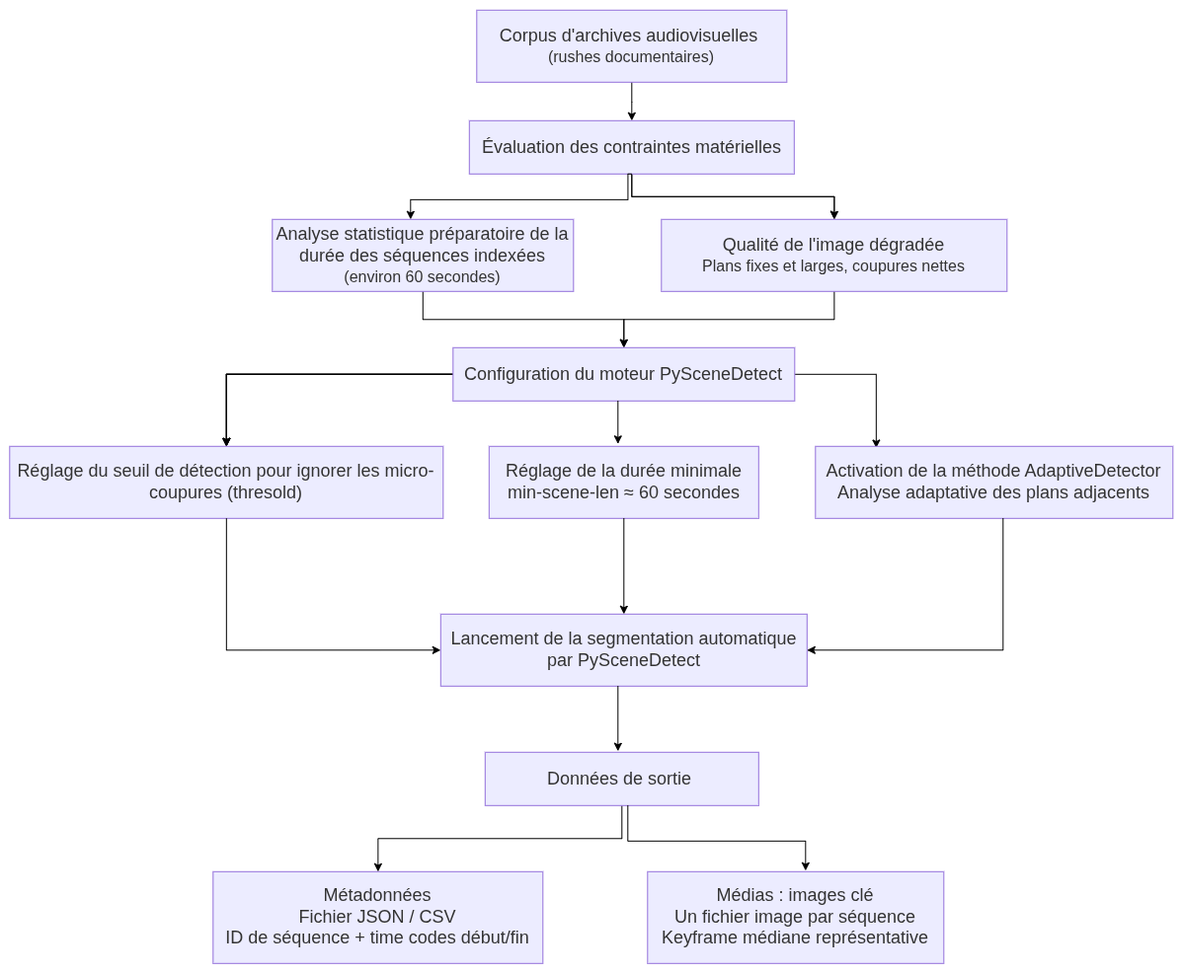
This is images/pyscene.png from longclotilde00-del/memoire_M2TNAH, a draw.io export, as it was before one commit. Source tidied: cells renumbered, new cells last; positions are measured from the earlier drawing's top-left corner, leaving out a move shared by most shapes.
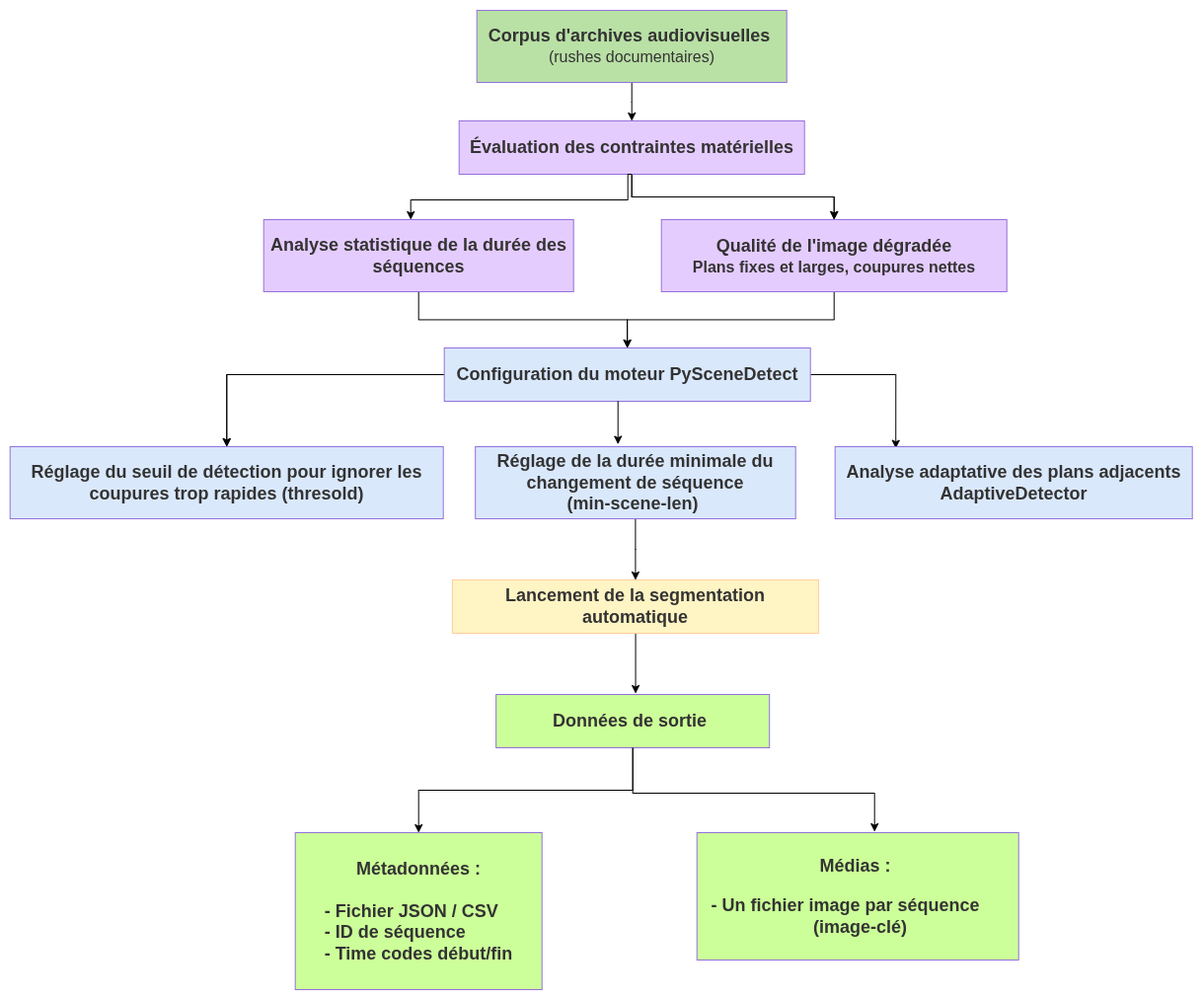
Later version of the same file.

Change to the diagram source:
```diff
@@ -3,33 +3,38 @@
     <mxCell id="0" />
     <mxCell id="1" parent="0" />
     <mxCell id="2" style="group;transparentBounds=1;editIcon=1;lockedGroup=0;groupPadding=10;" parent="1" vertex="1">
-      <mxGeometry x="246" width="774" height="313" as="geometry" />
+      <mxGeometry x="246" width="774" height="1050" as="geometry" />
     </mxCell>
-    <mxCell id="3" style="edgeStyle=orthogonalEdgeStyle;rounded=0;jettySize=auto;html=1;" parent="2" edge="1" source="4" target="9">
+    <mxCell id="3" style="edgeStyle=orthogonalEdgeStyle;rounded=0;jettySize=auto;html=1;fillColor=#000000;" parent="2" edge="1" source="4" target="9">
       <mxGeometry relative="1" as="geometry" />
     </mxCell>
-    <mxCell id="4" value="&lt;font style=&quot;font-size: 18px;&quot;&gt;Corpus d'archives audiovisuelles&amp;nbsp;&lt;/font&gt;&lt;div&gt;&lt;font size=&quot;3&quot;&gt;(rushes documentaires)&lt;/font&gt;&lt;/div&gt;" style="html=1;whiteSpace=wrap;strokeWidth=1;fillColor=light-dark(#ECECFF,#1f2020);strokeColor=light-dark(#9370DB,#cccccc);fontColor=light-dark(#333333,#cccccc);fontFamily=Trebuchet MS,Verdana,Arial,sans-serif;fontSize=16;" parent="2" vertex="1">
+    <mxCell id="4" value="&lt;font style=&quot;font-size: 18px;&quot;&gt;&lt;b&gt;Corpus d'archives audiovisuelles&amp;nbsp;&lt;/b&gt;&lt;/font&gt;&lt;div&gt;&lt;font size=&quot;3&quot;&gt;(rushes documentaires)&lt;/font&gt;&lt;/div&gt;" style="html=1;whiteSpace=wrap;strokeWidth=1;fillColor=light-dark(#B9E0A5,#1F2020);strokeColor=light-dark(#9370DB,#cccccc);fontColor=light-dark(#333333,#cccccc);fontFamily=Trebuchet MS,Verdana,Arial,sans-serif;fontSize=16;" parent="2" vertex="1">
       <mxGeometry x="227" y="8" width="314" height="73" as="geometry" />
     </mxCell>
-    <mxCell id="5" style="edgeStyle=orthogonalEdgeStyle;rounded=0;jettySize=auto;html=1;" parent="2" edge="1" source="6" target="18">
+    <mxCell id="5" style="edgeStyle=orthogonalEdgeStyle;rounded=0;jettySize=auto;html=1;shadow=0;" parent="2" edge="1" source="6" target="18">
       <mxGeometry relative="1" as="geometry" />
     </mxCell>
-    <mxCell id="6" value="&lt;font style=&quot;font-size: 18px;&quot;&gt;Analyse statistique préparatoire de la durée des séquences indexées&lt;/font&gt;&lt;div&gt;&lt;font size=&quot;3&quot;&gt;(environ 60 secondes)&lt;/font&gt;&lt;/div&gt;" style="html=1;whiteSpace=wrap;strokeWidth=1;fillColor=light-dark(#ECECFF,#1f2020);strokeColor=light-dark(#9370DB,#cccccc);fontColor=light-dark(#333333,#cccccc);fontFamily=Trebuchet MS,Verdana,Arial,sans-serif;fontSize=16;" parent="2" vertex="1">
-      <mxGeometry x="20" y="220" width="305" height="73" as="geometry" />
+    <mxCell id="6" value="&lt;font style=&quot;font-size: 18px;&quot;&gt;&lt;b&gt;Analyse statistique de la durée des séquences&lt;/b&gt;&lt;br&gt;&lt;/font&gt;" style="html=1;whiteSpace=wrap;strokeWidth=1;fillColor=light-dark(#E5CCFF,#1F2020);strokeColor=light-dark(#9370DB,#cccccc);fontColor=light-dark(#333333,#cccccc);fontFamily=Trebuchet MS,Verdana,Arial,sans-serif;fontSize=16;" parent="2" vertex="1">
+      <mxGeometry x="11" y="220" width="314" height="73" as="geometry" />
     </mxCell>
     <mxCell id="7" style="edgeStyle=orthogonalEdgeStyle;rounded=0;jettySize=auto;html=1;" parent="2" edge="1" source="9" target="11">
       <mxGeometry relative="1" as="geometry" />
     </mxCell>
     <mxCell id="8" style="edgeStyle=orthogonalEdgeStyle;rounded=0;jettySize=auto;html=1;" parent="2" edge="1" source="9" target="11">
-      <mxGeometry relative="1" as="geometry" />
+      <mxGeometry relative="1" as="geometry">
+        <Array as="points">
+          <mxPoint x="384" y="197" />
+          <mxPoint x="589" y="197" />
+        </Array>
+      </mxGeometry>
     </mxCell>
-    <mxCell id="9" value="&lt;font style=&quot;font-size: 18px;&quot;&gt;Évaluation des contraintes matérielles&lt;/font&gt;" style="html=1;whiteSpace=wrap;strokeWidth=1;fillColor=light-dark(#ECECFF,#1f2020);strokeColor=light-dark(#9370DB,#cccccc);fontColor=light-dark(#333333,#cccccc);fontFamily=Trebuchet MS,Verdana,Arial,sans-serif;fontSize=16;" parent="2" vertex="1">
-      <mxGeometry x="219.5" y="120" width="329" height="54" as="geometry" />
+    <mxCell id="9" value="&lt;font style=&quot;font-size: 18px;&quot;&gt;&lt;b&gt;Évaluation des contraintes matérielles&lt;/b&gt;&lt;/font&gt;" style="html=1;whiteSpace=wrap;strokeWidth=1;fillColor=light-dark(#E5CCFF,#1F2020);strokeColor=light-dark(#9370DB,#cccccc);fontColor=light-dark(#333333,#cccccc);fontFamily=Trebuchet MS,Verdana,Arial,sans-serif;fontSize=16;" parent="2" vertex="1">
+      <mxGeometry x="209" y="120" width="350" height="54" as="geometry" />
     </mxCell>
     <mxCell id="10" style="edgeStyle=orthogonalEdgeStyle;rounded=0;jettySize=auto;html=1;entryX=0.5;entryY=0;entryDx=0;entryDy=0;" parent="2" edge="1" source="11" target="18">
       <mxGeometry relative="1" as="geometry" />
     </mxCell>
-    <mxCell id="11" value="&lt;font style=&quot;font-size: 18px;&quot;&gt;Qualité de l'image dégradée&lt;/font&gt;&lt;div&gt;&lt;font size=&quot;3&quot;&gt;Plans fixes et larges, coupures nettes&lt;/font&gt;&lt;/div&gt;" style="html=1;whiteSpace=wrap;strokeWidth=1;fillColor=light-dark(#ECECFF,#1f2020);strokeColor=light-dark(#9370DB,#cccccc);fontColor=light-dark(#333333,#cccccc);fontFamily=Trebuchet MS,Verdana,Arial,sans-serif;fontSize=16;" parent="2" vertex="1">
+    <mxCell id="11" value="&lt;font style=&quot;font-size: 18px;&quot;&gt;&lt;b&gt;Qualité de l'image dégradée&lt;/b&gt;&lt;/font&gt;&lt;div&gt;&lt;font size=&quot;3&quot;&gt;&lt;b&gt;Plans fixes et larges, coupures nettes&lt;/b&gt;&lt;/font&gt;&lt;/div&gt;" style="html=1;whiteSpace=wrap;strokeWidth=1;fillColor=light-dark(#E5CCFF,#1F2020);strokeColor=light-dark(#9370DB,#cccccc);fontColor=light-dark(#333333,#cccccc);fontFamily=Trebuchet MS,Verdana,Arial,sans-serif;fontSize=16;" parent="2" vertex="1">
       <mxGeometry x="414" y="220" width="350" height="73" as="geometry" />
     </mxCell>
     <mxCell id="12" style="edgeStyle=orthogonalEdgeStyle;rounded=0;jettySize=auto;html=1;" parent="2" edge="1" source="18" target="19">
@@ -38,44 +43,43 @@
     <mxCell id="13" style="edgeStyle=orthogonalEdgeStyle;rounded=0;jettySize=auto;html=1;" parent="2" edge="1" source="18" target="19">
       <mxGeometry relative="1" as="geometry" />
     </mxCell>
-    <mxCell id="14" style="edgeStyle=orthogonalEdgeStyle;rounded=0;jettySize=auto;html=1;" parent="2" edge="1" source="18" target="19">
-      <mxGeometry relative="1" as="geometry" />
-    </mxCell>
-    <mxCell id="15" style="edgeStyle=orthogonalEdgeStyle;rounded=0;jettySize=auto;html=1;" parent="2" edge="1" source="18" target="19">
-      <mxGeometry relative="1" as="geometry" />
-    </mxCell>
     <mxCell id="16" style="edgeStyle=orthogonalEdgeStyle;rounded=0;jettySize=auto;html=1;entryX=0.17;entryY=0.023;entryDx=0;entryDy=0;entryPerimeter=0;" parent="2" edge="1" source="18" target="21">
       <mxGeometry relative="1" as="geometry" />
     </mxCell>
-    <mxCell id="17" style="edgeStyle=orthogonalEdgeStyle;rounded=0;jettySize=auto;html=1;" parent="2" edge="1" source="18" target="19">
-      <mxGeometry relative="1" as="geometry" />
-    </mxCell>
-    <mxCell id="18" value="&lt;font style=&quot;font-size: 18px;&quot;&gt;Configuration du moteur PySceneDetect&lt;/font&gt;" style="html=1;whiteSpace=wrap;strokeWidth=1;fillColor=light-dark(#ECECFF,#1f2020);strokeColor=light-dark(#9370DB,#cccccc);fontColor=light-dark(#333333,#cccccc);fontFamily=Trebuchet MS,Verdana,Arial,sans-serif;fontSize=16;" parent="2" vertex="1">
-      <mxGeometry x="203" y="350" width="346" height="54" as="geometry" />
+    <mxCell id="18" value="&lt;font style=&quot;font-size: 18px;&quot;&gt;&lt;b&gt;Configuration du moteur PySceneDetect&lt;/b&gt;&lt;/font&gt;" style="html=1;whiteSpace=wrap;strokeWidth=1;fillColor=light-dark(#DAE8FC,#1F2020);strokeColor=light-dark(#9370DB,#cccccc);fontColor=light-dark(#333333,#cccccc);fontFamily=Trebuchet MS,Verdana,Arial,sans-serif;fontSize=16;" parent="2" vertex="1">
+      <mxGeometry x="194" y="350" width="371" height="54" as="geometry" />
     </mxCell>
-    <mxCell id="19" value="&lt;font style=&quot;font-size: 18px;&quot;&gt;Réglage du seuil de détection pour ignorer les micro-coupures (thresold)&lt;/font&gt;" style="html=1;whiteSpace=wrap;strokeWidth=1;fillColor=light-dark(#ECECFF,#1f2020);strokeColor=light-dark(#9370DB,#cccccc);fontColor=light-dark(#333333,#cccccc);fontFamily=Trebuchet MS,Verdana,Arial,sans-serif;fontSize=16;" parent="2" vertex="1">
+    <mxCell id="19" value="&lt;font style=&quot;font-size: 18px;&quot;&gt;&lt;b&gt;Réglage du seuil de détection pour ignorer les coupures trop rapides (thresold)&lt;/b&gt;&lt;/font&gt;" style="html=1;whiteSpace=wrap;strokeWidth=1;fillColor=light-dark(#DAE8FC,#1F2020);strokeColor=light-dark(#9370DB,#cccccc);fontColor=light-dark(#333333,#cccccc);fontFamily=Trebuchet MS,Verdana,Arial,sans-serif;fontSize=16;" parent="2" vertex="1">
       <mxGeometry x="-246" y="450" width="439" height="73" as="geometry" />
     </mxCell>
+    <mxCell id="31" style="edgeStyle=orthogonalEdgeStyle;rounded=0;jettySize=auto;html=1;entryX=0.5;entryY=0;entryDx=0;entryDy=0;" parent="2" edge="1" source="20" target="22">
+      <mxGeometry relative="1" as="geometry" />
+    </mxCell>
-    <mxCell id="20" value="&lt;font style=&quot;font-size: 18px;&quot;&gt;Réglage de la durée minimale&lt;br&gt;min-scene-len ≈ 60 secondes&lt;/font&gt;" style="html=1;whiteSpace=wrap;strokeWidth=1;fillColor=light-dark(#ECECFF,#1f2020);strokeColor=light-dark(#9370DB,#cccccc);fontColor=light-dark(#333333,#cccccc);fontFamily=Trebuchet MS,Verdana,Arial,sans-serif;fontSize=16;" parent="2" vertex="1">
-      <mxGeometry x="239.5" y="450" width="273" height="73" as="geometry" />
+    <mxCell id="20" value="&lt;font style=&quot;font-size: 18px;&quot;&gt;&lt;b&gt;Réglage de la durée minimale du changement de séquence&lt;br&gt;(min-scene-len)&amp;nbsp;&lt;/b&gt;&lt;/font&gt;" style="html=1;whiteSpace=wrap;strokeWidth=1;fillColor=light-dark(#DAE8FC,#1F2020);strokeColor=light-dark(#9370DB,#cccccc);fontColor=light-dark(#333333,#cccccc);fontFamily=Trebuchet MS,Verdana,Arial,sans-serif;fontSize=16;" parent="2" vertex="1">
+      <mxGeometry x="225.5" y="450" width="324.5" height="73" as="geometry" />
     </mxCell>
-    <mxCell id="21" value="&lt;font style=&quot;font-size: 18px;&quot;&gt;Activation de la méthode AdaptiveDetector&lt;br&gt;Analyse adaptative des plans adjacents&lt;/font&gt;" style="html=1;whiteSpace=wrap;strokeWidth=1;fillColor=light-dark(#ECECFF,#1f2020);strokeColor=light-dark(#9370DB,#cccccc);fontColor=light-dark(#333333,#cccccc);fontFamily=Trebuchet MS,Verdana,Arial,sans-serif;fontSize=16;" parent="2" vertex="1">
-      <mxGeometry x="570" y="450" width="362" height="73" as="geometry" />
+    <mxCell id="21" value="&lt;font style=&quot;font-size: 18px;&quot;&gt;&lt;b&gt;Analyse adaptative des plans adjacents&lt;/b&gt;&lt;/font&gt;&lt;div&gt;&lt;font style=&quot;font-size: 18px;&quot;&gt;&lt;b&gt;AdaptiveDetector&lt;/b&gt;&lt;b&gt;&lt;/b&gt;&lt;/font&gt;&lt;/div&gt;" style="html=1;whiteSpace=wrap;strokeWidth=1;fillColor=light-dark(#DAE8FC,#1F2020);strokeColor=light-dark(#9370DB,#cccccc);fontColor=light-dark(#333333,#cccccc);fontFamily=Trebuchet MS,Verdana,Arial,sans-serif;fontSize=16;" parent="2" vertex="1">
+      <mxGeometry x="590" y="450" width="362" height="73" as="geometry" />
     </mxCell>
+    <mxCell id="35" style="edgeStyle=orthogonalEdgeStyle;rounded=0;jettySize=auto;html=1;" parent="2" edge="1" source="22">
+      <mxGeometry relative="1" as="geometry">
+        <mxPoint x="387.9" y="700" as="targetPoint" />
+      </mxGeometry>
+    </mxCell>
-    <mxCell id="22" value="&lt;font style=&quot;font-size: 18px;&quot;&gt;Lancement de la segmentation automatique&lt;br&gt;par PySceneDetect&lt;/font&gt;" style="html=1;whiteSpace=wrap;strokeWidth=1;fillColor=light-dark(#ECECFF,#1f2020);strokeColor=light-dark(#9370DB,#cccccc);fontColor=light-dark(#333333,#cccccc);fontFamily=Trebuchet MS,Verdana,Arial,sans-serif;fontSize=16;" parent="2" vertex="1">
-      <mxGeometry x="190.5" y="620" width="371" height="73" as="geometry" />
+    <mxCell id="22" value="&lt;font style=&quot;font-size: 18px;&quot;&gt;&lt;b&gt;Lancement de la segmentation automatique&lt;br&gt;&lt;/b&gt;&lt;/font&gt;" style="html=1;whiteSpace=wrap;strokeWidth=1;fillColor=light-dark(#FFF4C3,#1F2020);strokeColor=light-dark(#FFCE9F,#CCCCCC);fontColor=light-dark(#333333,#cccccc);fontFamily=Trebuchet MS,Verdana,Arial,sans-serif;fontSize=16;shadow=0;" parent="2" vertex="1">
+      <mxGeometry x="202.2" y="585" width="371" height="54" as="geometry" />
     </mxCell>
     <mxCell id="23" style="edgeStyle=orthogonalEdgeStyle;rounded=0;jettySize=auto;html=1;" parent="2" edge="1" source="24" target="25">
       <mxGeometry relative="1" as="geometry" />
     </mxCell>
-    <mxCell id="24" value="&lt;font style=&quot;font-size: 18px;&quot;&gt;Données de sortie&amp;nbsp;&lt;/font&gt;" style="html=1;whiteSpace=wrap;strokeWidth=1;fillColor=light-dark(#ECECFF,#1f2020);strokeColor=light-dark(#9370DB,#cccccc);fontColor=light-dark(#333333,#cccccc);fontFamily=Trebuchet MS,Verdana,Arial,sans-serif;fontSize=16;" parent="2" vertex="1">
-      <mxGeometry x="235.5" y="760" width="277" height="54" as="geometry" />
+    <mxCell id="24" value="&lt;font style=&quot;font-size: 18px;&quot;&gt;&lt;b&gt;Données de sortie&amp;nbsp;&lt;/b&gt;&lt;/font&gt;" style="html=1;whiteSpace=wrap;strokeWidth=1;fillColor=light-dark(#CCFF99,#1F2020);strokeColor=light-dark(#9370DB,#cccccc);fontColor=light-dark(#333333,#cccccc);fontFamily=Trebuchet MS,Verdana,Arial,sans-serif;fontSize=16;" parent="2" vertex="1">
+      <mxGeometry x="246.5" y="701" width="277" height="54" as="geometry" />
     </mxCell>
-    <mxCell id="25" value="&lt;font style=&quot;font-size: 18px;&quot;&gt;Métadonnées&lt;br&gt;Fichier JSON / CSV&lt;br&gt;ID de séquence + time codes début/fin&lt;/font&gt;" style="html=1;whiteSpace=wrap;strokeWidth=1;fillColor=light-dark(#ECECFF,#1f2020);strokeColor=light-dark(#9370DB,#cccccc);fontColor=light-dark(#333333,#cccccc);fontFamily=Trebuchet MS,Verdana,Arial,sans-serif;fontSize=16;" parent="2" vertex="1">
-      <mxGeometry x="-40" y="881" width="334" height="93" as="geometry" />
+    <mxCell id="25" value="&lt;font style=&quot;font-size: 18px;&quot;&gt;&lt;b&gt;Métadonnées :&lt;/b&gt;&lt;/font&gt;&lt;div&gt;&lt;font style=&quot;font-size: 18px;&quot;&gt;&lt;b&gt;&lt;br&gt;&lt;div style=&quot;text-align: left;&quot;&gt;&lt;span style=&quot;background-color: transparent; color: light-dark(rgb(51, 51, 51), rgb(204, 204, 204));&quot;&gt;- Fichier JSON / CSV&lt;/span&gt;&lt;/div&gt;&lt;div style=&quot;text-align: left;&quot;&gt;&lt;span style=&quot;background-color: transparent; color: light-dark(rgb(51, 51, 51), rgb(204, 204, 204));&quot;&gt;- ID de séquence&amp;nbsp;&lt;/span&gt;&lt;/div&gt;&lt;div style=&quot;text-align: left;&quot;&gt;&lt;span style=&quot;background-color: transparent; color: light-dark(rgb(51, 51, 51), rgb(204, 204, 204));&quot;&gt;- Time codes début/fin&lt;/span&gt;&lt;/div&gt;&lt;/b&gt;&lt;/font&gt;&lt;/div&gt;" style="html=1;whiteSpace=wrap;strokeWidth=1;fillColor=light-dark(#CCFF99,#1F2020);strokeColor=light-dark(#9370DB,#cccccc);fontColor=light-dark(#333333,#cccccc);fontFamily=Trebuchet MS,Verdana,Arial,sans-serif;fontSize=16;" parent="2" vertex="1">
+      <mxGeometry x="43" y="841" width="250" height="159" as="geometry" />
     </mxCell>
-    <mxCell id="26" value="&lt;font style=&quot;font-size: 18px;&quot;&gt;Médias : images clé&lt;br&gt;Un fichier image par séquence&lt;br&gt;Keyframe médiane représentative&lt;/font&gt;" style="html=1;whiteSpace=wrap;strokeWidth=1;fillColor=light-dark(#ECECFF,#1f2020);strokeColor=light-dark(#9370DB,#cccccc);fontColor=light-dark(#333333,#cccccc);fontFamily=Trebuchet MS,Verdana,Arial,sans-serif;fontSize=16;" parent="2" vertex="1">
-      <mxGeometry x="400" y="881" width="300" height="93" as="geometry" />
+    <mxCell id="26" value="&lt;div&gt;&lt;span style=&quot;font-size: 18px; background-color: transparent; color: light-dark(rgb(51, 51, 51), rgb(204, 204, 204));&quot;&gt;&lt;b&gt;Médias :&amp;nbsp;&lt;/b&gt;&lt;/span&gt;&lt;/div&gt;&lt;div&gt;&lt;div style=&quot;text-align: left;&quot;&gt;&lt;b&gt;&lt;br&gt;&lt;/b&gt;&lt;/div&gt;&lt;font style=&quot;font-size: 18px;&quot;&gt;&lt;div style=&quot;&quot;&gt;&lt;span style=&quot;background-color: transparent; color: light-dark(rgb(51, 51, 51), rgb(204, 204, 204));&quot;&gt;&lt;b&gt;- Un fichier image par séquence&amp;nbsp; &amp;nbsp; &amp;nbsp; &amp;nbsp;(image-clé)&lt;/b&gt;&lt;/span&gt;&lt;/div&gt;&lt;/font&gt;&lt;/div&gt;" style="html=1;whiteSpace=wrap;strokeWidth=1;fillColor=light-dark(#CCFF99,#1F2020);strokeColor=light-dark(#9370DB,#cccccc);fontColor=light-dark(#333333,#cccccc);fontFamily=Trebuchet MS,Verdana,Arial,sans-serif;fontSize=16;" parent="2" vertex="1">
+      <mxGeometry x="450" y="841" width="326" height="129" as="geometry" />
     </mxCell>
     <mxCell id="27" style="endArrow=classic;html=1;rounded=0;" parent="2" edge="1" target="4">
       <mxGeometry relative="1" as="geometry">
@@ -98,33 +102,12 @@
         <mxPoint x="370" y="447.5" as="targetPoint" />
       </mxGeometry>
     </mxCell>
-    <mxCell id="30" style="edgeStyle=orthogonalEdgeStyle;rounded=0;jettySize=auto;html=1;entryX=0;entryY=0.5;entryDx=0;entryDy=0;" parent="2" edge="1" source="19" target="22">
-      <mxGeometry relative="1" as="geometry" />
-    </mxCell>
-    <mxCell id="31" style="edgeStyle=orthogonalEdgeStyle;rounded=0;jettySize=auto;html=1;entryX=0.5;entryY=0;entryDx=0;entryDy=0;" parent="2" edge="1" source="20" target="22">
-      <mxGeometry relative="1" as="geometry" />
-    </mxCell>
-    <mxCell id="32" style="endArrow=classic;html=1;rounded=0;entryX=1;entryY=0.5;entryDx=0;entryDy=0;" parent="2" edge="1" target="22">
-      <mxGeometry relative="1" as="geometry">
-        <mxPoint x="760" y="523" as="sourcePoint" />
-        <Array as="points">
-          <mxPoint x="760" y="656.5" />
-        </Array>
-      </mxGeometry>
-    </mxCell>
-    <mxCell id="33" style="endArrow=classic;html=1;rounded=0;" parent="2" edge="1">
-      <mxGeometry relative="1" as="geometry">
-        <mxPoint x="370" y="693" as="sourcePoint" />
-        <mxPoint x="370" y="758.9" as="targetPoint" />
-      </mxGeometry>
-    </mxCell>
-    <mxCell id="34" style="endArrow=classic;html=1;rounded=0;" parent="2" edge="1">
+    <mxCell id="34" style="endArrow=classic;html=1;rounded=0;exitX=0.5;exitY=1;exitDx=0;exitDy=0;" parent="2" edge="1" source="24">
       <mxGeometry relative="1" as="geometry">
-        <mxPoint x="380" y="814" as="sourcePoint" />
-        <mxPoint x="560" y="880" as="targetPoint" />
+        <mxPoint x="630" y="840" as="targetPoint" />
         <Array as="points">
-          <mxPoint x="380" y="850" />
-          <mxPoint x="560" y="850" />
+          <mxPoint x="385" y="801" />
+          <mxPoint x="630" y="801" />
         </Array>
       </mxGeometry>
     </mxCell>
```
